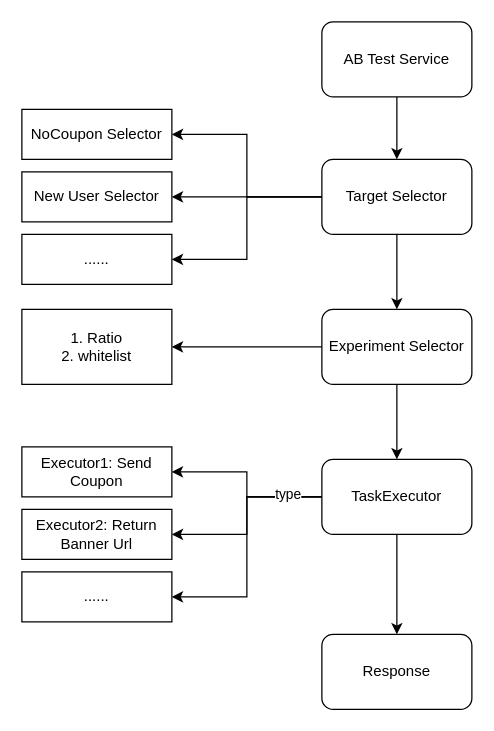
Earlier version of the draw.io diagram AB Test Framework.drawio (evagle/awesome). Source tidied: cells renumbered, new cells numbered last; positions are measured from the earlier drawing's top-left corner, leaving out a move shared by most shapes. Both pictures are drawn from the tidied source at 125%, with x=0, y=0 at pixel (21, 21).
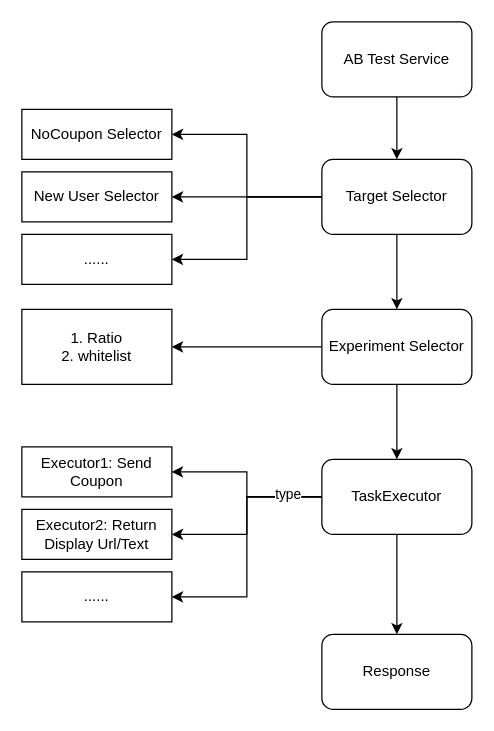
After the change.

Change to the diagram source:
```diff
@@
-    <mxCell id="23" value="Executor2: Return Banner Url" style="rounded=0;whiteSpace=wrap;html=1;" parent="1" vertex="1">
+    <mxCell id="23" value="Executor2: Return Display Url/Text" style="rounded=0;whiteSpace=wrap;html=1;" parent="1" vertex="1">
       <mxGeometry y="390" width="120" height="40" as="geometry" />
     </mxCell>
```
